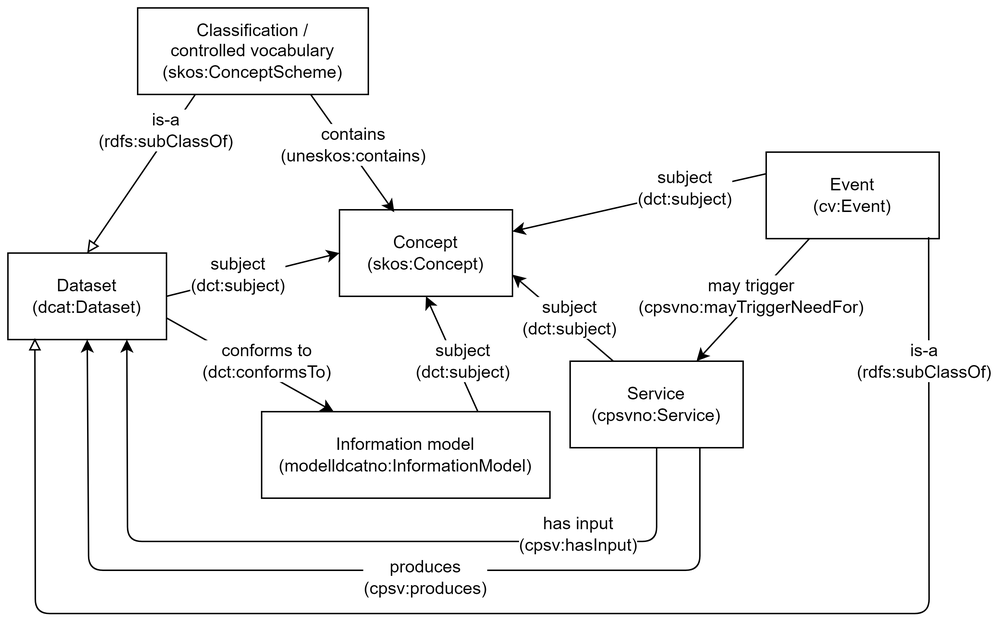
Above: docs/images/crossreferencing-between-showrooms.png in jimjyang/showroom (draw.io), before the change. Source tidied: cells renumbered, new cells last; positions are measured from the earlier drawing's top-left corner, leaving out a move shared by most shapes. Its diagram source:
```xml
<mxGraphModel>
  <root>
    <mxCell id="0" />
    <mxCell id="1" parent="0" />
    <mxCell id="2" value="Classification / &lt;br&gt;controlled vocabulary&lt;br&gt;(skos:ConceptScheme)" style="rounded=0;whiteSpace=wrap;html=1;" parent="1" vertex="1">
      <mxGeometry x="90" width="160" height="60" as="geometry" />
    </mxCell>
    <mxCell id="3" value="Concept&lt;br&gt;(skos:Concept)" style="rounded=0;whiteSpace=wrap;html=1;" parent="1" vertex="1">
      <mxGeometry x="230" y="140" width="120" height="60" as="geometry" />
    </mxCell>
    <mxCell id="4" style="endArrow=classic;html=1;rounded=0;exitX=0.75;exitY=1;exitDx=0;exitDy=0;entryX=0.317;entryY=0.028;entryDx=0;entryDy=0;entryPerimeter=0;" parent="1" edge="1" source="2" target="3">
      <mxGeometry relative="1" as="geometry" />
    </mxCell>
    <mxCell id="5" value="contains&lt;br&gt;(uneskos:contains)" style="text;html=1;strokeColor=none;fillColor=none;align=center;verticalAlign=middle;whiteSpace=wrap;rounded=0;labelBackgroundColor=default;" parent="1" vertex="1">
      <mxGeometry x="210" y="80" width="60" height="30" as="geometry" />
    </mxCell>
    <mxCell id="6" value="Dataset&lt;br&gt;(dcat:Dataset)" style="rounded=0;whiteSpace=wrap;html=1;" parent="1" vertex="1">
      <mxGeometry y="170" width="110" height="60" as="geometry" />
    </mxCell>
    <mxCell id="7" style="endArrow=block;html=1;rounded=0;entryX=0.5;entryY=0;entryDx=0;entryDy=0;endFill=0;exitX=0.25;exitY=1;exitDx=0;exitDy=0;" parent="1" edge="1" source="2" target="6">
      <mxGeometry relative="1" as="geometry" />
    </mxCell>
    <mxCell id="8" value="Information model&lt;br&gt;(modelldcatno:InformationModel)" style="rounded=0;whiteSpace=wrap;html=1;" parent="1" vertex="1">
      <mxGeometry x="176" y="280" width="200" height="60" as="geometry" />
    </mxCell>
    <mxCell id="9" style="endArrow=classic;html=1;rounded=0;exitX=1;exitY=0.75;exitDx=0;exitDy=0;entryX=0.25;entryY=0;entryDx=0;entryDy=0;" parent="1" edge="1" source="6" target="8">
      <mxGeometry relative="1" as="geometry" />
    </mxCell>
    <mxCell id="10" value="conforms to&lt;br&gt;(dct:conformsTo)" style="text;html=1;strokeColor=none;fillColor=none;align=center;verticalAlign=middle;whiteSpace=wrap;rounded=0;labelBackgroundColor=default;" parent="1" vertex="1">
      <mxGeometry x="150" y="230" width="60" height="30" as="geometry" />
    </mxCell>
    <mxCell id="11" style="endArrow=classic;html=1;rounded=0;exitX=1;exitY=0.5;exitDx=0;exitDy=0;entryX=0;entryY=0.5;entryDx=0;entryDy=0;" parent="1" edge="1" source="6" target="3">
      <mxGeometry relative="1" as="geometry" />
    </mxCell>
    <mxCell id="12" value="subject&lt;br&gt;(dct:subject)" style="text;html=1;strokeColor=none;fillColor=none;align=center;verticalAlign=middle;whiteSpace=wrap;rounded=0;labelBackgroundColor=default;" parent="1" vertex="1">
      <mxGeometry x="130" y="170" width="60" height="30" as="geometry" />
    </mxCell>
    <mxCell id="13" value="is-a&lt;br&gt;(rdfs:subClassOf)" style="text;html=1;strokeColor=none;fillColor=none;align=center;verticalAlign=middle;whiteSpace=wrap;rounded=0;labelBackgroundColor=default;" parent="1" vertex="1">
      <mxGeometry x="80" y="70" width="60" height="30" as="geometry" />
    </mxCell>
    <mxCell id="14" style="endArrow=classic;html=1;rounded=0;exitX=0.75;exitY=0;exitDx=0;exitDy=0;entryX=0.5;entryY=1;entryDx=0;entryDy=0;" parent="1" edge="1" source="8" target="3">
      <mxGeometry relative="1" as="geometry" />
    </mxCell>
    <mxCell id="15" value="subject&lt;br&gt;(dct:subject)" style="text;html=1;strokeColor=none;fillColor=none;align=center;verticalAlign=middle;whiteSpace=wrap;rounded=0;labelBackgroundColor=default;" parent="1" vertex="1">
      <mxGeometry x="286" y="230" width="60" height="30" as="geometry" />
    </mxCell>
    <mxCell id="16" value="Service&lt;br&gt;(cpsvno:Service)" style="rounded=0;whiteSpace=wrap;html=1;" parent="1" vertex="1">
      <mxGeometry x="390" y="245" width="120" height="60" as="geometry" />
    </mxCell>
    <mxCell id="17" value="Event&lt;br&gt;(cv:Event)" style="rounded=0;whiteSpace=wrap;html=1;" parent="1" vertex="1">
      <mxGeometry x="526" y="100" width="120" height="60" as="geometry" />
    </mxCell>
    <mxCell id="18" style="endArrow=classic;html=1;rounded=0;exitX=0.25;exitY=1;exitDx=0;exitDy=0;" parent="1" edge="1" source="17" target="16">
      <mxGeometry relative="1" as="geometry" />
    </mxCell>
    <mxCell id="19" value="may trigger&lt;br&gt;(cpsvno:mayTriggerNeedFor)" style="text;html=1;strokeColor=none;fillColor=none;align=center;verticalAlign=middle;whiteSpace=wrap;rounded=0;labelBackgroundColor=default;" parent="1" vertex="1">
      <mxGeometry x="486" y="185" width="60" height="30" as="geometry" />
    </mxCell>
    <mxCell id="20" style="endArrow=classic;html=1;rounded=0;exitX=0;exitY=0.25;exitDx=0;exitDy=0;entryX=1;entryY=0.25;entryDx=0;entryDy=0;" parent="1" edge="1" source="17" target="3">
      <mxGeometry relative="1" as="geometry" />
    </mxCell>
    <mxCell id="21" value="subject&lt;br&gt;(dct:subject)" style="text;html=1;strokeColor=none;fillColor=none;align=center;verticalAlign=middle;whiteSpace=wrap;rounded=0;labelBackgroundColor=default;" parent="1" vertex="1">
      <mxGeometry x="440" y="110" width="60" height="30" as="geometry" />
    </mxCell>
    <mxCell id="22" style="endArrow=classic;html=1;rounded=0;exitX=0.25;exitY=0;exitDx=0;exitDy=0;entryX=1;entryY=0.75;entryDx=0;entryDy=0;" parent="1" edge="1" source="16" target="3">
      <mxGeometry relative="1" as="geometry" />
    </mxCell>
    <mxCell id="23" value="subject&lt;br&gt;(dct:subject)" style="text;html=1;strokeColor=none;fillColor=none;align=center;verticalAlign=middle;whiteSpace=wrap;rounded=0;labelBackgroundColor=default;" parent="1" vertex="1">
      <mxGeometry x="360" y="200" width="60" height="30" as="geometry" />
    </mxCell>
    <mxCell id="24" style="endArrow=classic;html=1;rounded=1;entryX=0.5;entryY=1;entryDx=0;entryDy=0;exitX=0.75;exitY=1;exitDx=0;exitDy=0;" parent="1" edge="1" source="16" target="6">
      <mxGeometry relative="1" as="geometry">
        <Array as="points">
          <mxPoint x="480" y="390" />
          <mxPoint x="56" y="390" />
        </Array>
      </mxGeometry>
    </mxCell>
    <mxCell id="25" style="endArrow=classic;html=1;rounded=1;entryX=0.75;entryY=1;entryDx=0;entryDy=0;exitX=0.5;exitY=1;exitDx=0;exitDy=0;" parent="1" edge="1" source="16" target="6">
      <mxGeometry relative="1" as="geometry">
        <Array as="points">
          <mxPoint x="450" y="370" />
          <mxPoint x="83" y="370" />
        </Array>
      </mxGeometry>
    </mxCell>
    <mxCell id="26" value="has input&lt;br&gt;(cpsv:hasInput)" style="text;html=1;strokeColor=none;fillColor=none;align=center;verticalAlign=middle;whiteSpace=wrap;rounded=0;labelBackgroundColor=default;" parent="1" vertex="1">
      <mxGeometry x="366" y="350" width="60" height="30" as="geometry" />
    </mxCell>
    <mxCell id="27" value="produces&lt;br&gt;(cpsv:produces)" style="text;html=1;strokeColor=none;fillColor=none;align=center;verticalAlign=middle;whiteSpace=wrap;rounded=0;labelBackgroundColor=default;" parent="1" vertex="1">
      <mxGeometry x="260" y="380" width="60" height="30" as="geometry" />
    </mxCell>
    <mxCell id="28" style="endArrow=block;html=1;rounded=1;entryX=0.17;entryY=0.983;entryDx=0;entryDy=0;exitX=0.939;exitY=0.983;exitDx=0;exitDy=0;exitPerimeter=0;entryPerimeter=0;endFill=0;" parent="1" edge="1" source="17" target="6">
      <mxGeometry relative="1" as="geometry">
        <Array as="points">
          <mxPoint x="639" y="420" />
          <mxPoint x="19" y="420" />
        </Array>
      </mxGeometry>
    </mxCell>
    <mxCell id="29" value="is-a&lt;br&gt;(rdfs:subClassOf)" style="text;html=1;strokeColor=none;fillColor=none;align=center;verticalAlign=middle;whiteSpace=wrap;rounded=0;labelBackgroundColor=default;" parent="1" vertex="1">
      <mxGeometry x="606" y="230" width="60" height="30" as="geometry" />
    </mxCell>
  </root>
</mxGraphModel>
```
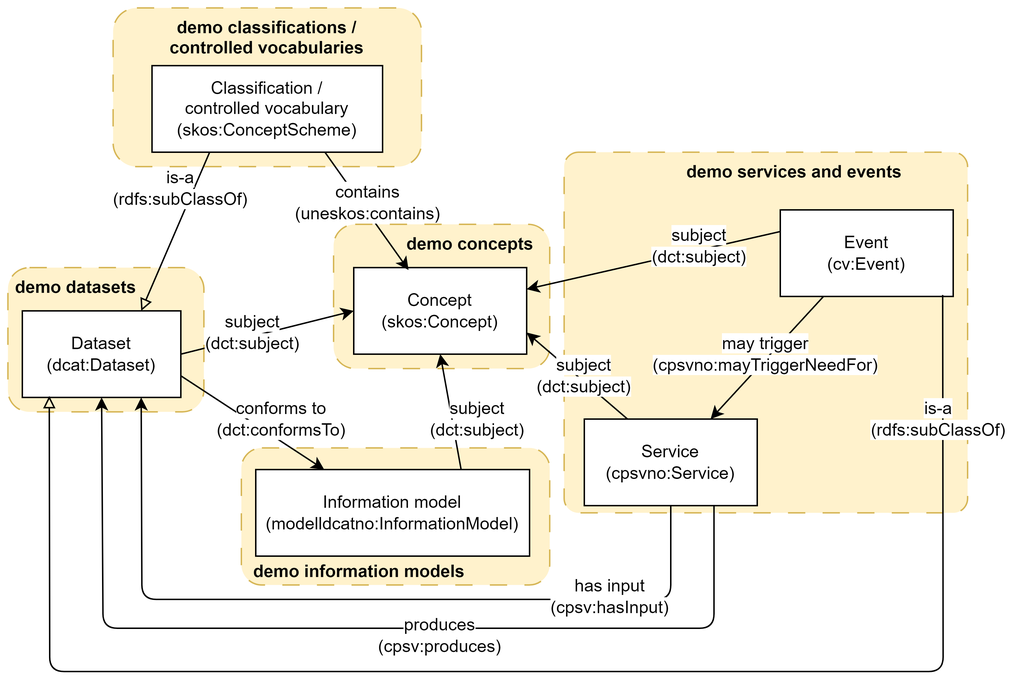
Later version of the same file.

Commit message:
figure overview

Change to the diagram source:
```diff
@@ -2,6 +2,21 @@
   <root>
     <mxCell id="0" />
     <mxCell id="1" parent="0" />
+    <mxCell id="30" value="&lt;b&gt;&amp;nbsp; &amp;nbsp; &amp;nbsp; &amp;nbsp; &amp;nbsp; &amp;nbsp; demo services and events&lt;/b&gt;" style="rounded=1;whiteSpace=wrap;html=1;dashed=1;dashPattern=12 12;verticalAlign=top;fillColor=#fff2cc;strokeColor=#d6b656;arcSize=4;" parent="1" vertex="1">
+      <mxGeometry x="376" y="60" width="280" height="250" as="geometry" />
+    </mxCell>
+    <mxCell id="31" value="&lt;b&gt;&amp;nbsp;demo datasets&lt;/b&gt;" style="rounded=1;whiteSpace=wrap;html=1;dashed=1;dashPattern=12 12;verticalAlign=top;fillColor=#fff2cc;strokeColor=#d6b656;align=left;" parent="1" vertex="1">
+      <mxGeometry x="-10" y="140" width="136" height="100" as="geometry" />
+    </mxCell>
+    <mxCell id="32" value="&lt;b&gt;&amp;nbsp; demo information models&lt;/b&gt;" style="rounded=1;whiteSpace=wrap;html=1;dashed=1;dashPattern=12 12;verticalAlign=bottom;labelBackgroundColor=none;fillColor=#fff2cc;strokeColor=#d6b656;align=left;" parent="1" vertex="1">
+      <mxGeometry x="152" y="265" width="214" height="95" as="geometry" />
+    </mxCell>
+    <mxCell id="33" value="&lt;b&gt;&amp;nbsp; &amp;nbsp; &amp;nbsp; &amp;nbsp; &amp;nbsp; &amp;nbsp; demo concepts&lt;/b&gt;" style="rounded=1;whiteSpace=wrap;html=1;dashed=1;dashPattern=12 12;verticalAlign=top;fillColor=#fff2cc;strokeColor=#d6b656;" parent="1" vertex="1">
+      <mxGeometry x="216" y="110" width="150" height="100" as="geometry" />
+    </mxCell>
+    <mxCell id="34" value="&lt;b&gt;demo classifications / &lt;br&gt;controlled vocabularies&lt;/b&gt;" style="rounded=1;whiteSpace=wrap;html=1;dashed=1;dashPattern=12 12;verticalAlign=top;labelBackgroundColor=none;fillColor=#fff2cc;strokeColor=#d6b656;" parent="1" vertex="1">
+      <mxGeometry x="63" y="-40" width="214" height="110" as="geometry" />
+    </mxCell>
     <mxCell id="2" value="Classification / &lt;br&gt;controlled vocabulary&lt;br&gt;(skos:ConceptScheme)" style="rounded=0;whiteSpace=wrap;html=1;" parent="1" vertex="1">
       <mxGeometry x="90" width="160" height="60" as="geometry" />
     </mxCell>
@@ -17,31 +32,31 @@
     <mxCell id="6" value="Dataset&lt;br&gt;(dcat:Dataset)" style="rounded=0;whiteSpace=wrap;html=1;" parent="1" vertex="1">
       <mxGeometry y="170" width="110" height="60" as="geometry" />
     </mxCell>
-    <mxCell id="7" style="endArrow=block;html=1;rounded=0;entryX=0.5;entryY=0;entryDx=0;entryDy=0;endFill=0;exitX=0.25;exitY=1;exitDx=0;exitDy=0;" parent="1" edge="1" source="2" target="6">
+    <mxCell id="7" style="endArrow=block;html=1;rounded=0;entryX=0.75;entryY=0;entryDx=0;entryDy=0;endFill=0;exitX=0.25;exitY=1;exitDx=0;exitDy=0;" parent="1" edge="1" source="2" target="6">
       <mxGeometry relative="1" as="geometry" />
     </mxCell>
     <mxCell id="8" value="Information model&lt;br&gt;(modelldcatno:InformationModel)" style="rounded=0;whiteSpace=wrap;html=1;" parent="1" vertex="1">
-      <mxGeometry x="176" y="280" width="200" height="60" as="geometry" />
+      <mxGeometry x="162" y="280" width="190" height="60" as="geometry" />
     </mxCell>
     <mxCell id="9" style="endArrow=classic;html=1;rounded=0;exitX=1;exitY=0.75;exitDx=0;exitDy=0;entryX=0.25;entryY=0;entryDx=0;entryDy=0;" parent="1" edge="1" source="6" target="8">
       <mxGeometry relative="1" as="geometry" />
     </mxCell>
-    <mxCell id="10" value="conforms to&lt;br&gt;(dct:conformsTo)" style="text;html=1;strokeColor=none;fillColor=none;align=center;verticalAlign=middle;whiteSpace=wrap;rounded=0;labelBackgroundColor=default;" parent="1" vertex="1">
+    <mxCell id="10" value="&lt;span style=&quot;background-color: rgb(255, 255, 255);&quot;&gt;conforms to&lt;br&gt;(dct:conformsTo)&lt;/span&gt;" style="text;html=1;strokeColor=none;fillColor=none;align=center;verticalAlign=middle;whiteSpace=wrap;rounded=0;labelBackgroundColor=none;" parent="1" vertex="1">
       <mxGeometry x="150" y="230" width="60" height="30" as="geometry" />
     </mxCell>
     <mxCell id="11" style="endArrow=classic;html=1;rounded=0;exitX=1;exitY=0.5;exitDx=0;exitDy=0;entryX=0;entryY=0.5;entryDx=0;entryDy=0;" parent="1" edge="1" source="6" target="3">
       <mxGeometry relative="1" as="geometry" />
     </mxCell>
-    <mxCell id="12" value="subject&lt;br&gt;(dct:subject)" style="text;html=1;strokeColor=none;fillColor=none;align=center;verticalAlign=middle;whiteSpace=wrap;rounded=0;labelBackgroundColor=default;" parent="1" vertex="1">
+    <mxCell id="12" value="&lt;span style=&quot;background-color: rgb(255, 255, 255);&quot;&gt;subject&lt;br&gt;(dct:subject)&lt;/span&gt;" style="text;html=1;strokeColor=none;fillColor=none;align=center;verticalAlign=middle;whiteSpace=wrap;rounded=0;labelBackgroundColor=none;" parent="1" vertex="1">
       <mxGeometry x="130" y="170" width="60" height="30" as="geometry" />
     </mxCell>
-    <mxCell id="13" value="is-a&lt;br&gt;(rdfs:subClassOf)" style="text;html=1;strokeColor=none;fillColor=none;align=center;verticalAlign=middle;whiteSpace=wrap;rounded=0;labelBackgroundColor=default;" parent="1" vertex="1">
+    <mxCell id="13" value="&lt;span style=&quot;background-color: rgb(255, 255, 255);&quot;&gt;is-a&lt;br&gt;(rdfs:subClassOf)&lt;/span&gt;" style="text;html=1;strokeColor=none;fillColor=none;align=center;verticalAlign=middle;whiteSpace=wrap;rounded=0;labelBackgroundColor=none;" parent="1" vertex="1">
       <mxGeometry x="80" y="70" width="60" height="30" as="geometry" />
     </mxCell>
     <mxCell id="14" style="endArrow=classic;html=1;rounded=0;exitX=0.75;exitY=0;exitDx=0;exitDy=0;entryX=0.5;entryY=1;entryDx=0;entryDy=0;" parent="1" edge="1" source="8" target="3">
       <mxGeometry relative="1" as="geometry" />
     </mxCell>
-    <mxCell id="15" value="subject&lt;br&gt;(dct:subject)" style="text;html=1;strokeColor=none;fillColor=none;align=center;verticalAlign=middle;whiteSpace=wrap;rounded=0;labelBackgroundColor=default;" parent="1" vertex="1">
+    <mxCell id="15" value="&lt;span style=&quot;background-color: rgb(255, 255, 255);&quot;&gt;subject&lt;br&gt;(dct:subject)&lt;/span&gt;" style="text;html=1;strokeColor=none;fillColor=none;align=center;verticalAlign=middle;whiteSpace=wrap;rounded=0;labelBackgroundColor=none;" parent="1" vertex="1">
       <mxGeometry x="286" y="230" width="60" height="30" as="geometry" />
     </mxCell>
     <mxCell id="16" value="Service&lt;br&gt;(cpsvno:Service)" style="rounded=0;whiteSpace=wrap;html=1;" parent="1" vertex="1">
@@ -53,19 +68,19 @@
     <mxCell id="18" style="endArrow=classic;html=1;rounded=0;exitX=0.25;exitY=1;exitDx=0;exitDy=0;" parent="1" edge="1" source="17" target="16">
       <mxGeometry relative="1" as="geometry" />
     </mxCell>
-    <mxCell id="19" value="may trigger&lt;br&gt;(cpsvno:mayTriggerNeedFor)" style="text;html=1;strokeColor=none;fillColor=none;align=center;verticalAlign=middle;whiteSpace=wrap;rounded=0;labelBackgroundColor=default;" parent="1" vertex="1">
+    <mxCell id="19" value="&lt;span style=&quot;background-color: rgb(255, 255, 255);&quot;&gt;may trigger&lt;br&gt;(cpsvno:mayTriggerNeedFor)&lt;/span&gt;" style="text;html=1;strokeColor=none;fillColor=none;align=center;verticalAlign=middle;whiteSpace=wrap;rounded=0;labelBackgroundColor=none;" parent="1" vertex="1">
       <mxGeometry x="486" y="185" width="60" height="30" as="geometry" />
     </mxCell>
     <mxCell id="20" style="endArrow=classic;html=1;rounded=0;exitX=0;exitY=0.25;exitDx=0;exitDy=0;entryX=1;entryY=0.25;entryDx=0;entryDy=0;" parent="1" edge="1" source="17" target="3">
       <mxGeometry relative="1" as="geometry" />
     </mxCell>
-    <mxCell id="21" value="subject&lt;br&gt;(dct:subject)" style="text;html=1;strokeColor=none;fillColor=none;align=center;verticalAlign=middle;whiteSpace=wrap;rounded=0;labelBackgroundColor=default;" parent="1" vertex="1">
+    <mxCell id="21" value="&lt;span style=&quot;background-color: rgb(255, 255, 255);&quot;&gt;subject&lt;br&gt;(dct:subject)&lt;/span&gt;" style="text;html=1;strokeColor=none;fillColor=none;align=center;verticalAlign=middle;whiteSpace=wrap;rounded=0;labelBackgroundColor=none;" parent="1" vertex="1">
       <mxGeometry x="440" y="110" width="60" height="30" as="geometry" />
     </mxCell>
     <mxCell id="22" style="endArrow=classic;html=1;rounded=0;exitX=0.25;exitY=0;exitDx=0;exitDy=0;entryX=1;entryY=0.75;entryDx=0;entryDy=0;" parent="1" edge="1" source="16" target="3">
       <mxGeometry relative="1" as="geometry" />
     </mxCell>
-    <mxCell id="23" value="subject&lt;br&gt;(dct:subject)" style="text;html=1;strokeColor=none;fillColor=none;align=center;verticalAlign=middle;whiteSpace=wrap;rounded=0;labelBackgroundColor=default;" parent="1" vertex="1">
+    <mxCell id="23" value="&lt;span style=&quot;background-color: rgb(255, 255, 255);&quot;&gt;subject&lt;br&gt;(dct:subject)&lt;/span&gt;" style="text;html=1;strokeColor=none;fillColor=none;align=center;verticalAlign=middle;whiteSpace=wrap;rounded=0;labelBackgroundColor=none;" parent="1" vertex="1">
       <mxGeometry x="360" y="200" width="60" height="30" as="geometry" />
     </mxCell>
     <mxCell id="24" style="endArrow=classic;html=1;rounded=1;entryX=0.5;entryY=1;entryDx=0;entryDy=0;exitX=0.75;exitY=1;exitDx=0;exitDy=0;" parent="1" edge="1" source="16" target="6">
@@ -84,10 +99,10 @@
         </Array>
       </mxGeometry>
     </mxCell>
-    <mxCell id="26" value="has input&lt;br&gt;(cpsv:hasInput)" style="text;html=1;strokeColor=none;fillColor=none;align=center;verticalAlign=middle;whiteSpace=wrap;rounded=0;labelBackgroundColor=default;" parent="1" vertex="1">
-      <mxGeometry x="366" y="350" width="60" height="30" as="geometry" />
+    <mxCell id="26" value="&lt;span style=&quot;background-color: rgb(255, 255, 255);&quot;&gt;has input&lt;br&gt;(cpsv:hasInput)&lt;/span&gt;" style="text;html=1;strokeColor=none;fillColor=none;align=center;verticalAlign=middle;whiteSpace=wrap;rounded=0;labelBackgroundColor=none;" parent="1" vertex="1">
+      <mxGeometry x="378" y="353" width="60" height="30" as="geometry" />
     </mxCell>
-    <mxCell id="27" value="produces&lt;br&gt;(cpsv:produces)" style="text;html=1;strokeColor=none;fillColor=none;align=center;verticalAlign=middle;whiteSpace=wrap;rounded=0;labelBackgroundColor=default;" parent="1" vertex="1">
+    <mxCell id="27" value="&lt;span style=&quot;background-color: rgb(255, 255, 255);&quot;&gt;produces&lt;br&gt;(cpsv:produces)&lt;/span&gt;" style="text;html=1;strokeColor=none;fillColor=none;align=center;verticalAlign=middle;whiteSpace=wrap;rounded=0;labelBackgroundColor=none;" parent="1" vertex="1">
       <mxGeometry x="260" y="380" width="60" height="30" as="geometry" />
     </mxCell>
     <mxCell id="28" style="endArrow=block;html=1;rounded=1;entryX=0.17;entryY=0.983;entryDx=0;entryDy=0;exitX=0.939;exitY=0.983;exitDx=0;exitDy=0;exitPerimeter=0;entryPerimeter=0;endFill=0;" parent="1" edge="1" source="17" target="6">
@@ -98,7 +113,7 @@
         </Array>
       </mxGeometry>
     </mxCell>
-    <mxCell id="29" value="is-a&lt;br&gt;(rdfs:subClassOf)" style="text;html=1;strokeColor=none;fillColor=none;align=center;verticalAlign=middle;whiteSpace=wrap;rounded=0;labelBackgroundColor=default;" parent="1" vertex="1">
+    <mxCell id="29" value="&lt;span style=&quot;background-color: rgb(255, 255, 255);&quot;&gt;is-a&lt;br&gt;(rdfs:subClassOf)&lt;/span&gt;" style="text;html=1;strokeColor=none;fillColor=none;align=center;verticalAlign=middle;whiteSpace=wrap;rounded=0;labelBackgroundColor=none;" parent="1" vertex="1">
       <mxGeometry x="606" y="230" width="60" height="30" as="geometry" />
     </mxCell>
   </root>
```
